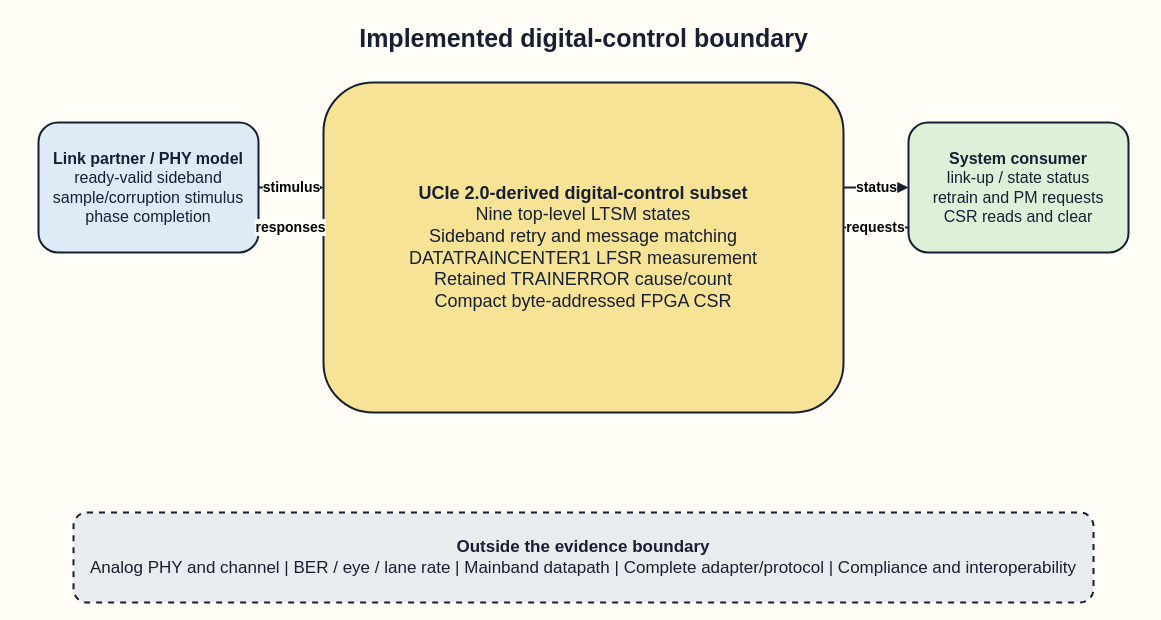
Earlier version of the draw.io diagram journal/figures/source/fig01_scope.drawio (Varadain/ucie-ltsm). Source tidied: cells renumbered, new cells numbered last; positions are measured from the earlier drawing's top-left corner, leaving out a move shared by most shapes. Both pictures are drawn from the tidied source at 100%, with x=0, y=0 at pixel (38, 17).
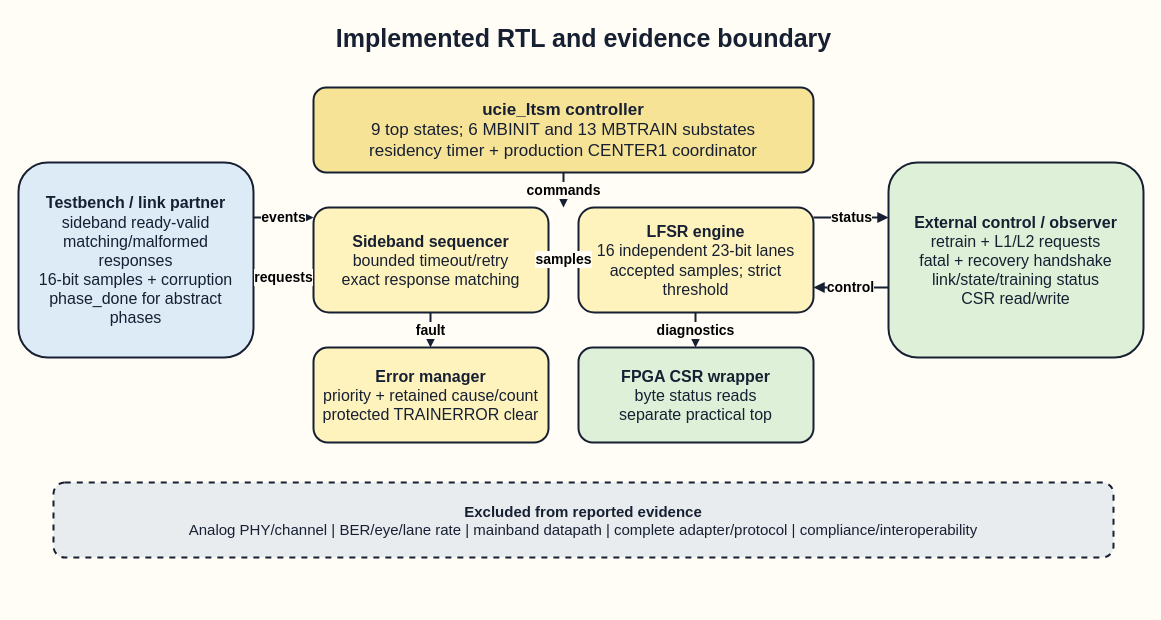
After the change.

The edit, as a diff of the source:
```diff
@@
-    <mxCell id="2" value="Implemented digital-control boundary" style="text;html=1;align=center;verticalAlign=middle;fontFamily=Arial;fontSize=25;fontStyle=1;fontColor=#172033;" parent="1" vertex="1">
+    <mxCell id="2" value="Implemented RTL and evidence boundary" style="text;html=1;align=center;verticalAlign=middle;fontFamily=Arial;fontSize=25;fontStyle=1;fontColor=#172033;" parent="1" vertex="1">
       <mxGeometry x="145" width="800" height="40" as="geometry" />
     </mxCell>
-    <mxCell id="3" value="&lt;b&gt;Link partner / PHY model&lt;/b&gt;&lt;br&gt;ready-valid sideband&lt;br&gt;sample/corruption stimulus&lt;br&gt;phase completion" style="rounded=1;whiteSpace=wrap;html=1;fillColor=#DDEBF7;strokeColor=#172033;strokeWidth=2;fontFamily=Arial;fontSize=16;fontColor=#172033;dashed=0;spacing=8;" parent="1" vertex="1">
-      <mxGeometry y="105" width="220" height="130" as="geometry" />
+    <mxCell id="3" value="&lt;b&gt;Testbench / link partner&lt;/b&gt;&lt;br&gt;sideband ready-valid&lt;br&gt;matching/malformed responses&lt;br&gt;16-bit samples + corruption&lt;br&gt;phase_done for abstract phases" style="rounded=1;whiteSpace=wrap;html=1;fillColor=#DDEBF7;strokeColor=#172033;strokeWidth=2;fontFamily=Arial;fontSize=16;fontColor=#172033;dashed=0;spacing=8;" parent="1" vertex="1">
+      <mxGeometry x="-20" y="145" width="235" height="195" as="geometry" />
     </mxCell>
-    <mxCell id="4" value="&lt;b&gt;UCIe 2.0-derived digital-control subset&lt;/b&gt;&lt;br&gt;Nine top-level LTSM states&lt;br&gt;Sideband retry and message matching&lt;br&gt;DATATRAINCENTER1 LFSR measurement&lt;br&gt;Retained TRAINERROR cause/count&lt;br&gt;Compact byte-addressed FPGA CSR" style="rounded=1;whiteSpace=wrap;html=1;fillColor=#F7E396;strokeColor=#172033;strokeWidth=2;fontFamily=Arial;fontSize=18;fontColor=#172033;dashed=0;spacing=8;" parent="1" vertex="1">
-      <mxGeometry x="285" y="65" width="520" height="330" as="geometry" />
+    <mxCell id="4" value="&lt;b&gt;ucie_ltsm controller&lt;/b&gt;&lt;br&gt;9 top states; 6 MBINIT and 13 MBTRAIN substates&lt;br&gt;residency timer + production CENTER1 coordinator" style="rounded=1;whiteSpace=wrap;html=1;fillColor=#F7E396;strokeColor=#172033;strokeWidth=2;fontFamily=Arial;fontSize=17;fontColor=#172033;dashed=0;spacing=8;" parent="1" vertex="1">
+      <mxGeometry x="275" y="70" width="500" height="85" as="geometry" />
     </mxCell>
-    <mxCell id="5" value="&lt;b&gt;System consumer&lt;/b&gt;&lt;br&gt;link-up / state status&lt;br&gt;retrain and PM requests&lt;br&gt;CSR reads and clear" style="rounded=1;whiteSpace=wrap;html=1;fillColor=#DFF0D8;strokeColor=#172033;strokeWidth=2;fontFamily=Arial;fontSize=16;fontColor=#172033;dashed=0;spacing=8;" parent="1" vertex="1">
-      <mxGeometry x="870" y="105" width="220" height="130" as="geometry" />
+    <mxCell id="5" value="&lt;b&gt;Sideband sequencer&lt;/b&gt;&lt;br&gt;bounded timeout/retry&lt;br&gt;exact response matching" style="rounded=1;whiteSpace=wrap;html=1;fillColor=#FFF3BD;strokeColor=#172033;strokeWidth=2;fontFamily=Arial;fontSize=16;fontColor=#172033;dashed=0;spacing=8;" parent="1" vertex="1">
+      <mxGeometry x="275" y="190" width="235" height="105" as="geometry" />
     </mxCell>
-    <mxCell id="6" value="&lt;b&gt;Outside the evidence boundary&lt;/b&gt;&lt;br&gt;Analog PHY and channel  |  BER / eye / lane rate  |  Mainband datapath  |  Complete adapter/protocol  |  Compliance and interoperability" style="rounded=1;whiteSpace=wrap;html=1;fillColor=#E9ECEF;strokeColor=#172033;strokeWidth=2;fontFamily=Arial;fontSize=17;fontColor=#172033;dashed=1;spacing=8;" parent="1" vertex="1">
-      <mxGeometry x="35" y="495" width="1020" height="90" as="geometry" />
+    <mxCell id="6" value="&lt;b&gt;LFSR engine&lt;/b&gt;&lt;br&gt;16 independent 23-bit lanes&lt;br&gt;accepted samples; strict threshold" style="rounded=1;whiteSpace=wrap;html=1;fillColor=#FFF3BD;strokeColor=#172033;strokeWidth=2;fontFamily=Arial;fontSize=16;fontColor=#172033;dashed=0;spacing=8;" parent="1" vertex="1">
+      <mxGeometry x="540" y="190" width="235" height="105" as="geometry" />
     </mxCell>
+    <mxCell id="11" value="&lt;b&gt;Error manager&lt;/b&gt;&lt;br&gt;priority + retained cause/count&lt;br&gt;protected TRAINERROR clear" style="rounded=1;whiteSpace=wrap;html=1;fillColor=#FFF3BD;strokeColor=#172033;strokeWidth=2;fontFamily=Arial;fontSize=16;fontColor=#172033;dashed=0;spacing=8;" parent="1" vertex="1">
+      <mxGeometry x="275" y="330" width="235" height="95" as="geometry" />
+    </mxCell>
+    <mxCell id="12" value="&lt;b&gt;FPGA CSR wrapper&lt;/b&gt;&lt;br&gt;byte status reads&lt;br&gt;separate practical top" style="rounded=1;whiteSpace=wrap;html=1;fillColor=#DFF0D8;strokeColor=#172033;strokeWidth=2;fontFamily=Arial;fontSize=16;fontColor=#172033;dashed=0;spacing=8;" parent="1" vertex="1">
+      <mxGeometry x="540" y="330" width="235" height="95" as="geometry" />
+    </mxCell>
+    <mxCell id="13" value="&lt;b&gt;External control / observer&lt;/b&gt;&lt;br&gt;retrain + L1/L2 requests&lt;br&gt;fatal + recovery handshake&lt;br&gt;link/state/training status&lt;br&gt;CSR read/write" style="rounded=1;whiteSpace=wrap;html=1;fillColor=#DFF0D8;strokeColor=#172033;strokeWidth=2;fontFamily=Arial;fontSize=16;fontColor=#172033;dashed=0;spacing=8;" parent="1" vertex="1">
+      <mxGeometry x="850" y="145" width="255" height="195" as="geometry" />
+    </mxCell>
+    <mxCell id="14" value="&lt;b&gt;Excluded from reported evidence&lt;/b&gt;&lt;br&gt;Analog PHY/channel | BER/eye/lane rate | mainband datapath | complete adapter/protocol | compliance/interoperability" style="rounded=1;whiteSpace=wrap;html=1;fillColor=#E9ECEF;strokeColor=#172033;strokeWidth=2;fontFamily=Arial;fontSize=15;fontColor=#172033;dashed=1;spacing=8;" parent="1" vertex="1">
+      <mxGeometry x="15" y="465" width="1060" height="75" as="geometry" />
+    </mxCell>
-    <mxCell id="7" value="stimulus" style="edgeStyle=orthogonalEdgeStyle;rounded=0;orthogonalLoop=1;jettySize=auto;html=1;endArrow=block;endFill=1;strokeWidth=2;strokeColor=#172033;dashed=0;fontFamily=Arial;fontSize=14;fontStyle=1;labelBackgroundColor=#FFFDF5;" parent="1" edge="1">
+    <mxCell id="7" value="events" style="edgeStyle=orthogonalEdgeStyle;rounded=0;orthogonalLoop=1;jettySize=auto;html=1;endArrow=block;endFill=1;strokeWidth=2;strokeColor=#172033;dashed=0;fontFamily=Arial;fontSize=14;fontStyle=1;labelBackgroundColor=#FFFDF5;" parent="1" edge="1">
       <mxGeometry relative="1" as="geometry">
-        <mxPoint x="220" y="170" as="sourcePoint" />
-        <mxPoint x="285" y="170" as="targetPoint" />
+        <mxPoint x="215" y="200" as="sourcePoint" />
+        <mxPoint x="275" y="200" as="targetPoint" />
       </mxGeometry>
     </mxCell>
-    <mxCell id="8" value="responses" style="edgeStyle=orthogonalEdgeStyle;rounded=0;orthogonalLoop=1;jettySize=auto;html=1;endArrow=block;endFill=1;strokeWidth=2;strokeColor=#172033;dashed=0;fontFamily=Arial;fontSize=14;fontStyle=1;labelBackgroundColor=#FFFDF5;" parent="1" edge="1">
+    <mxCell id="8" value="requests" style="edgeStyle=orthogonalEdgeStyle;rounded=0;orthogonalLoop=1;jettySize=auto;html=1;endArrow=block;endFill=1;strokeWidth=2;strokeColor=#172033;dashed=0;fontFamily=Arial;fontSize=14;fontStyle=1;labelBackgroundColor=#FFFDF5;" parent="1" edge="1">
       <mxGeometry relative="1" as="geometry">
-        <mxPoint x="285" y="210" as="sourcePoint" />
-        <mxPoint x="220" y="210" as="targetPoint" />
+        <mxPoint x="275" y="260" as="sourcePoint" />
+        <mxPoint x="215" y="260" as="targetPoint" />
       </mxGeometry>
     </mxCell>
-    <mxCell id="9" value="status" style="edgeStyle=orthogonalEdgeStyle;rounded=0;orthogonalLoop=1;jettySize=auto;html=1;endArrow=block;endFill=1;strokeWidth=2;strokeColor=#172033;dashed=0;fontFamily=Arial;fontSize=14;fontStyle=1;labelBackgroundColor=#FFFDF5;" parent="1" edge="1">
+    <mxCell id="9" value="samples" style="edgeStyle=orthogonalEdgeStyle;rounded=0;orthogonalLoop=1;jettySize=auto;html=1;endArrow=block;endFill=1;strokeWidth=2;strokeColor=#172033;dashed=0;fontFamily=Arial;fontSize=14;fontStyle=1;labelBackgroundColor=#FFFDF5;" parent="1" edge="1">
       <mxGeometry relative="1" as="geometry">
-        <mxPoint x="805" y="170" as="sourcePoint" />
-        <mxPoint x="870" y="170" as="targetPoint" />
+        <mxPoint x="510" y="242" as="sourcePoint" />
+        <mxPoint x="540" y="242" as="targetPoint" />
       </mxGeometry>
     </mxCell>
-    <mxCell id="10" value="requests" style="edgeStyle=orthogonalEdgeStyle;rounded=0;orthogonalLoop=1;jettySize=auto;html=1;endArrow=block;endFill=1;strokeWidth=2;strokeColor=#172033;dashed=0;fontFamily=Arial;fontSize=14;fontStyle=1;labelBackgroundColor=#FFFDF5;" parent="1" edge="1">
+    <mxCell id="10" value="status" style="edgeStyle=orthogonalEdgeStyle;rounded=0;orthogonalLoop=1;jettySize=auto;html=1;endArrow=block;endFill=1;strokeWidth=2;strokeColor=#172033;dashed=0;fontFamily=Arial;fontSize=14;fontStyle=1;labelBackgroundColor=#FFFDF5;" parent="1" edge="1">
       <mxGeometry relative="1" as="geometry">
-        <mxPoint x="870" y="210" as="sourcePoint" />
-        <mxPoint x="805" y="210" as="targetPoint" />
+        <mxPoint x="775" y="200" as="sourcePoint" />
+        <mxPoint x="850" y="200" as="targetPoint" />
       </mxGeometry>
     </mxCell>
+    <mxCell id="15" value="control" style="edgeStyle=orthogonalEdgeStyle;rounded=0;orthogonalLoop=1;jettySize=auto;html=1;endArrow=block;endFill=1;strokeWidth=2;strokeColor=#172033;dashed=0;fontFamily=Arial;fontSize=14;fontStyle=1;labelBackgroundColor=#FFFDF5;" parent="1" edge="1">
+      <mxGeometry relative="1" as="geometry">
+        <mxPoint x="850" y="270" as="sourcePoint" />
+        <mxPoint x="775" y="270" as="targetPoint" />
+      </mxGeometry>
+    </mxCell>
+    <mxCell id="16" value="commands" style="edgeStyle=orthogonalEdgeStyle;rounded=0;orthogonalLoop=1;jettySize=auto;html=1;endArrow=block;endFill=1;strokeWidth=2;strokeColor=#172033;dashed=0;fontFamily=Arial;fontSize=14;fontStyle=1;labelBackgroundColor=#FFFDF5;" parent="1" edge="1">
+      <mxGeometry relative="1" as="geometry">
+        <mxPoint x="525" y="155" as="sourcePoint" />
+        <mxPoint x="525" y="190" as="targetPoint" />
+      </mxGeometry>
+    </mxCell>
+    <mxCell id="17" value="fault" style="edgeStyle=orthogonalEdgeStyle;rounded=0;orthogonalLoop=1;jettySize=auto;html=1;endArrow=block;endFill=1;strokeWidth=2;strokeColor=#172033;dashed=0;fontFamily=Arial;fontSize=14;fontStyle=1;labelBackgroundColor=#FFFDF5;" parent="1" edge="1">
+      <mxGeometry relative="1" as="geometry">
+        <mxPoint x="392" y="295" as="sourcePoint" />
+        <mxPoint x="392" y="330" as="targetPoint" />
+      </mxGeometry>
+    </mxCell>
+    <mxCell id="18" value="diagnostics" style="edgeStyle=orthogonalEdgeStyle;rounded=0;orthogonalLoop=1;jettySize=auto;html=1;endArrow=block;endFill=1;strokeWidth=2;strokeColor=#172033;dashed=0;fontFamily=Arial;fontSize=14;fontStyle=1;labelBackgroundColor=#FFFDF5;" parent="1" edge="1">
+      <mxGeometry relative="1" as="geometry">
+        <mxPoint x="657" y="295" as="sourcePoint" />
+        <mxPoint x="657" y="330" as="targetPoint" />
+      </mxGeometry>
+    </mxCell>
```
